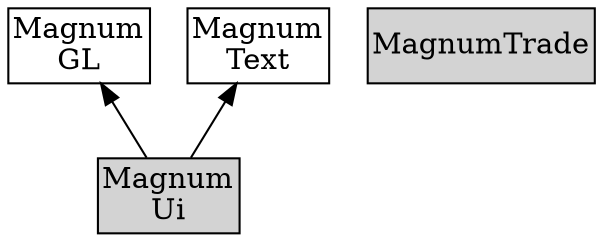
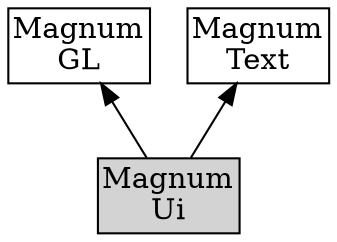
/*
    This file is part of Magnum.

    Copyright © 2010, 2011, 2012, 2013, 2014, 2015, 2016, 2017, 2018, 2019,
                2020, 2021, 2022, 2023, 2024, 2025, 2026
              Vladimír Vondruš <mosra@centrum.cz>

    Permission is hereby granted, free of charge, to any person obtaining a
    copy of this software and associated documentation files (the "Software"),
    to deal in the Software without restriction, including without limitation
    the rights to use, copy, modify, merge, publish, distribute, sublicense,
    and/or sell copies of the Software, and to permit persons to whom the
    Software is furnished to do so, subject to the following conditions:

    The above copyright notice and this permission notice shall be included
    in all copies or substantial portions of the Software.

    THE SOFTWARE IS PROVIDED "AS IS", WITHOUT WARRANTY OF ANY KIND, EXPRESS OR
    IMPLIED, INCLUDING BUT NOT LIMITED TO THE WARRANTIES OF MERCHANTABILITY,
    FITNESS FOR A PARTICULAR PURPOSE AND NONINFRINGEMENT. IN NO EVENT SHALL
    THE AUTHORS OR COPYRIGHT HOLDERS BE LIABLE FOR ANY CLAIM, DAMAGES OR OTHER
    LIABILITY, WHETHER IN AN ACTION OF CONTRACT, TORT OR OTHERWISE, ARISING
    FROM, OUT OF OR IN CONNECTION WITH THE SOFTWARE OR THE USE OR OTHER
    DEALINGS IN THE SOFTWARE.
*/

digraph "Magnum Extras dependency order" {
    rankdir=BT
    ranksep=0.5
    node [style=filled shape=rect margin="0.03,0.03"]

    MagnumGL [style=solid label="Magnum\nGL" class="m-info"]
    MagnumText [style=solid label="Magnum\nText" class="m-info"]

-     {rank=same MagnumGL MagnumTrade}
- 
    MagnumUi [label="Magnum\nUi" class="m-info"]

    MagnumUi -> MagnumGL
    MagnumUi -> MagnumText
}
